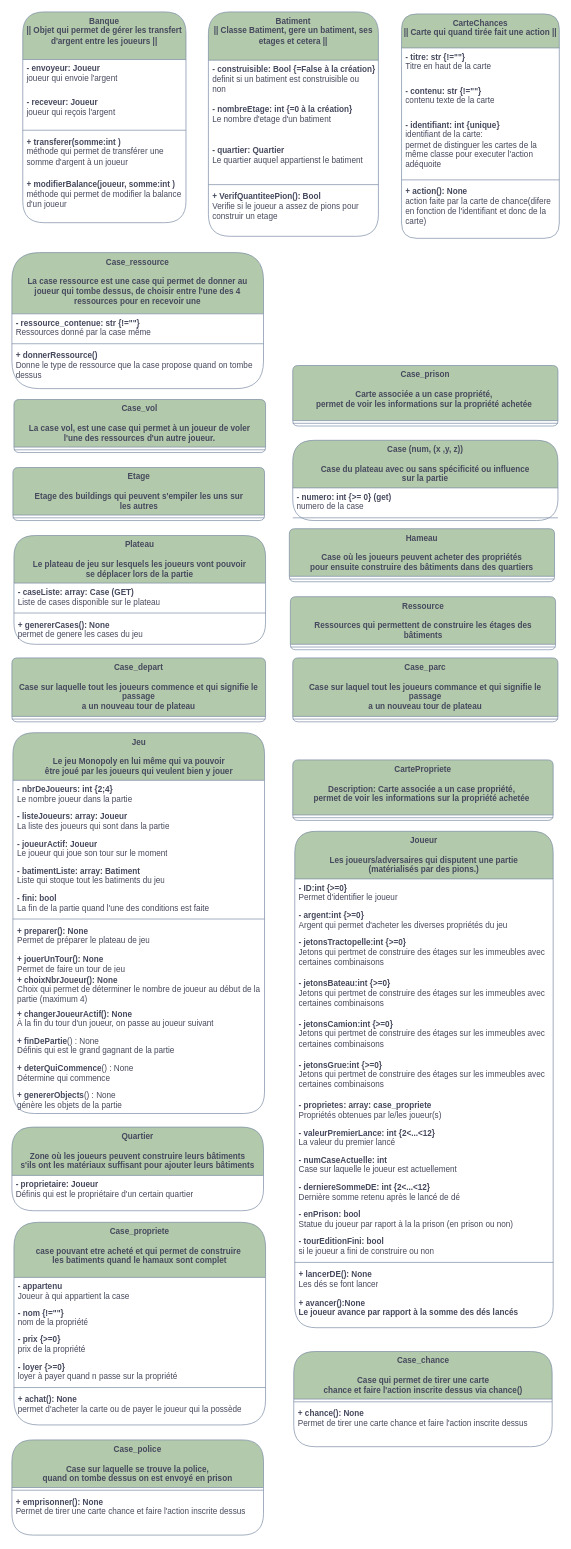
gazhonsepaskwa/builder keeps this draw.io diagram as page "Classes suposée finie" (4 of 5) of B__Analyse/DiagrameDesClasses.drawio. Above is the earlier version. Source tidied: cells renumbered, new cells numbered last; positions are measured from the earlier drawing's top-left corner, leaving out a move shared by most shapes. Both pictures are drawn from the tidied source at 68%, with x=0, y=0 at pixel (12, 12).
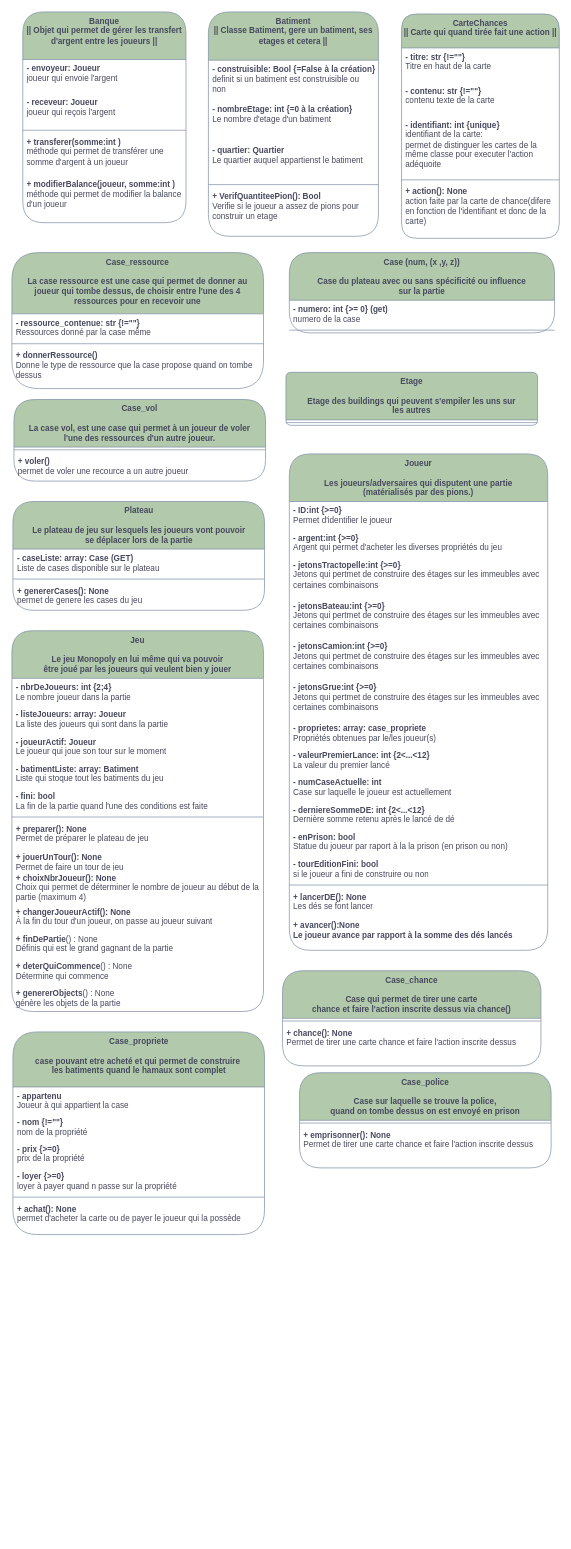
After the change.

The edit, as a diff of the source:
```diff
@@
     <mxCell id="24" value="&lt;div&gt;Case_vol&lt;/div&gt;&lt;br&gt;La case vol, est une case qui permet à un joueur de voler&lt;br&gt;l'une des ressources d'un autre joueur." style="swimlane;fontStyle=1;align=center;verticalAlign=top;horizontal=1;startSize=70;whiteSpace=wrap;html=1;labelBackgroundColor=none;fillColor=#B2C9AB;strokeColor=#788AA3;fontColor=#46495D;rounded=1;" parent="1" vertex="1">
-      <mxGeometry x="3" y="570" width="370" height="78" as="geometry" />
+      <mxGeometry x="3" y="570" width="370" height="120" as="geometry" />
     </mxCell>
@@
+    <mxCell id="92" value="&lt;div&gt;&lt;b&gt;+ voler()&lt;/b&gt;&lt;/div&gt;&lt;div&gt;permet de voler une recource a un autre joueur&lt;/div&gt;" style="text;strokeColor=none;fillColor=none;align=left;verticalAlign=top;spacingLeft=4;spacingRight=4;overflow=hidden;whiteSpace=wrap;html=1;labelBackgroundColor=none;fontColor=#46495D;rounded=1;" parent="24" vertex="1">
+      <mxGeometry y="78" width="370" height="42" as="geometry" />
+    </mxCell>
     <mxCell id="26" value="&lt;div&gt;Case (num, (x ,y, z))&lt;/div&gt;&lt;div&gt;&lt;br&gt;&lt;/div&gt;&lt;div&gt;Case du plateau avec ou sans spécificité ou influence&lt;/div&gt;sur la partie" style="swimlane;fontStyle=1;align=center;verticalAlign=top;horizontal=1;startSize=70;whiteSpace=wrap;html=1;labelBackgroundColor=none;fillColor=#B2C9AB;strokeColor=#788AA3;fontColor=#46495D;rounded=1;" parent="1" vertex="1">
-      <mxGeometry x="413" y="630" width="390" height="118" as="geometry" />
+      <mxGeometry x="408" y="354" width="390" height="118" as="geometry" />
     </mxCell>
@@
     <mxCell id="29" value="&lt;div&gt;Etage&lt;/div&gt;&lt;div&gt;&lt;br&gt;&lt;/div&gt;Etage des buildings qui peuvent s'empiler les uns sur&lt;br&gt;les autres" style="swimlane;fontStyle=1;align=center;verticalAlign=top;horizontal=1;startSize=70;whiteSpace=wrap;html=1;labelBackgroundColor=none;fillColor=#B2C9AB;strokeColor=#788AA3;fontColor=#46495D;rounded=1;" parent="1" vertex="1">
-      <mxGeometry x="1.5" y="670" width="370" height="78" as="geometry" />
+      <mxGeometry x="403" y="530" width="370" height="78" as="geometry" />
     </mxCell>
@@
-    <mxCell id="31" value="&lt;div&gt;Hameau&lt;br&gt;&lt;/div&gt;&lt;div&gt;&lt;br&gt;&lt;/div&gt;Case où les joueurs peuvent acheter des propriétés&lt;br&gt;pour ensuite construire des bâtiments dans des quartiers" style="swimlane;fontStyle=1;align=center;verticalAlign=top;horizontal=1;startSize=70;whiteSpace=wrap;html=1;labelBackgroundColor=none;fillColor=#B2C9AB;strokeColor=#788AA3;fontColor=#46495D;rounded=1;" parent="1" vertex="1">
-      <mxGeometry x="408" y="760" width="390" height="78" as="geometry" />
-    </mxCell>
-    <mxCell id="32" style="line;strokeWidth=1;fillColor=none;align=left;verticalAlign=middle;spacingTop=-1;spacingLeft=3;spacingRight=3;labelPosition=right;strokeColor=#788AA3;labelBackgroundColor=none;fontColor=#46495D;rounded=1;" parent="31" vertex="1">
-      <mxGeometry y="70" width="390" height="8" as="geometry" />
-    </mxCell>
     <mxCell id="33" value="&lt;div&gt;Jeu&lt;/div&gt;&lt;div&gt;&lt;br&gt;&lt;/div&gt;Le jeu Monopoly en lui même qui va pouvoir&lt;br&gt;être joué par les joueurs qui veulent bien y jouer" style="swimlane;fontStyle=1;align=center;verticalAlign=top;horizontal=1;startSize=70;whiteSpace=wrap;html=1;labelBackgroundColor=none;fillColor=#B2C9AB;strokeColor=#788AA3;fontColor=#46495D;rounded=1;" parent="1" vertex="1">
-      <mxGeometry x="1.5" y="1060" width="370" height="560" as="geometry" />
+      <mxGeometry y="910" width="370" height="560" as="geometry" />
     </mxCell>
@@
     <mxCell id="47" value="&lt;div&gt;Joueur&lt;/div&gt;&lt;div&gt;&lt;br&gt;&lt;/div&gt;Les joueurs/adversaires qui disputent une partie&lt;br&gt;(matérialisés par des pions.)" style="swimlane;fontStyle=1;align=center;verticalAlign=top;horizontal=1;startSize=70;whiteSpace=wrap;html=1;labelBackgroundColor=none;fillColor=#B2C9AB;strokeColor=#788AA3;fontColor=#46495D;rounded=1;" parent="1" vertex="1">
-      <mxGeometry x="416" y="1205" width="380" height="730" as="geometry" />
+      <mxGeometry x="408" y="650" width="380" height="730" as="geometry" />
     </mxCell>
@@
     <mxCell id="63" value="&lt;div&gt;Plateau&lt;/div&gt;&lt;div&gt;&lt;br&gt;&lt;/div&gt;&lt;div&gt;Le plateau de jeu sur lesquels les joueurs vont pouvoir&lt;/div&gt;se déplacer lors de la partie" style="swimlane;fontStyle=1;align=center;verticalAlign=top;horizontal=1;startSize=70;whiteSpace=wrap;html=1;labelBackgroundColor=none;fillColor=#B2C9AB;strokeColor=#788AA3;fontColor=#46495D;rounded=1;" parent="1" vertex="1">
-      <mxGeometry x="3" y="770" width="370" height="160" as="geometry" />
+      <mxGeometry x="1.5" y="720" width="370" height="160" as="geometry" />
     </mxCell>
@@
-    <mxCell id="67" value="&lt;div&gt;Quartier&lt;/div&gt;&lt;div&gt;&lt;br&gt;&lt;/div&gt;&lt;div&gt;Zone où les joueurs peuvent construire leurs bâtiments&lt;/div&gt;s'ils ont les matériaux suffisant pour ajouter leurs bâtiments" style="swimlane;fontStyle=1;align=center;verticalAlign=top;horizontal=1;startSize=71;whiteSpace=wrap;html=1;labelBackgroundColor=none;fillColor=#B2C9AB;strokeColor=#788AA3;fontColor=#46495D;rounded=1;" parent="1" vertex="1">
-      <mxGeometry y="1640" width="370" height="123" as="geometry" />
-    </mxCell>
-    <mxCell id="68" value="&lt;div&gt;&lt;b&gt;- proprietaire: Joueur&lt;br&gt;&lt;/b&gt;&lt;/div&gt;&lt;div&gt;Définis qui est le propriétaire d'un certain quartier&lt;br&gt;&lt;br&gt;&lt;/div&gt;" style="text;strokeColor=none;fillColor=none;align=left;verticalAlign=top;spacingLeft=4;spacingRight=4;overflow=hidden;whiteSpace=wrap;html=1;labelBackgroundColor=none;fontColor=#46495D;rounded=1;" parent="67" vertex="1">
-      <mxGeometry y="71" width="370" height="52" as="geometry" />
-    </mxCell>
-    <mxCell id="69" value="&lt;div&gt;Ressource&lt;/div&gt;&lt;div&gt;&lt;br&gt;&lt;/div&gt;Ressources qui permettent de construire les étages des&lt;br&gt;bâtiments" style="swimlane;fontStyle=1;align=center;verticalAlign=top;horizontal=1;startSize=70;whiteSpace=wrap;html=1;labelBackgroundColor=none;fillColor=#B2C9AB;strokeColor=#788AA3;fontColor=#46495D;rounded=1;" parent="1" vertex="1">
-      <mxGeometry x="409.5" y="860" width="390" height="78" as="geometry" />
-    </mxCell>
-    <mxCell id="70" style="line;strokeWidth=1;fillColor=none;align=left;verticalAlign=middle;spacingTop=-1;spacingLeft=3;spacingRight=3;labelPosition=right;strokeColor=#788AA3;labelBackgroundColor=none;fontColor=#46495D;rounded=1;" parent="69" vertex="1">
-      <mxGeometry y="70" width="390" height="8" as="geometry" />
-    </mxCell>
     <mxCell id="71" value="Case_propriete&lt;br&gt;&lt;br&gt;&lt;div&gt;&lt;div&gt;case pouvant etre acheté et qui permet de construire&amp;nbsp;&lt;/div&gt;&lt;div&gt;les batiments quand le hamaux sont complet&lt;/div&gt;&lt;/div&gt;&lt;div&gt;&lt;br&gt;&lt;/div&gt;" style="swimlane;fontStyle=1;align=center;verticalAlign=top;horizontal=1;startSize=81;whiteSpace=wrap;html=1;labelBackgroundColor=none;fillColor=#B2C9AB;strokeColor=#788AA3;fontColor=#46495D;rounded=1;" parent="1" vertex="1">
-      <mxGeometry x="3" y="1780" width="370" height="298" as="geometry" />
+      <mxGeometry x="1.5" y="1500" width="370" height="298" as="geometry" />
     </mxCell>
@@
-    <mxCell id="78" value="Case_prison&lt;br&gt;&lt;br&gt;&lt;div&gt;&lt;div&gt;Carte associée a un case propriété,&amp;nbsp;&lt;/div&gt;&lt;div&gt;permet de voir les informations sur la propriété achetée&amp;nbsp;&lt;/div&gt;&lt;/div&gt;&lt;div&gt;&lt;br&gt;&lt;/div&gt;" style="swimlane;fontStyle=1;align=center;verticalAlign=top;horizontal=1;startSize=81;whiteSpace=wrap;html=1;labelBackgroundColor=none;fillColor=#B2C9AB;strokeColor=#788AA3;fontColor=#46495D;rounded=1;" parent="1" vertex="1">
-      <mxGeometry x="413" y="520" width="390" height="89" as="geometry" />
-    </mxCell>
-    <mxCell id="79" style="line;strokeWidth=1;fillColor=none;align=left;verticalAlign=middle;spacingTop=-1;spacingLeft=3;spacingRight=3;labelPosition=right;strokeColor=#788AA3;labelBackgroundColor=none;fontColor=#46495D;rounded=1;" parent="78" vertex="1">
-      <mxGeometry y="81" width="390" height="8" as="geometry" />
-    </mxCell>
-    <mxCell id="80" value="&lt;div&gt;Case_depart&lt;/div&gt;&lt;br&gt;Case sur laquelle tout les joueurs commence et qui signifie le passage &lt;br&gt;a un nouveau tour de plateau" style="swimlane;fontStyle=1;align=center;verticalAlign=top;horizontal=1;startSize=86;whiteSpace=wrap;html=1;labelBackgroundColor=none;fillColor=#B2C9AB;strokeColor=#788AA3;fontColor=#46495D;rounded=1;" parent="1" vertex="1">
-      <mxGeometry y="950" width="373" height="94" as="geometry" />
-    </mxCell>
-    <mxCell id="81" style="line;strokeWidth=1;fillColor=none;align=left;verticalAlign=middle;spacingTop=-1;spacingLeft=3;spacingRight=3;labelPosition=right;strokeColor=#788AA3;labelBackgroundColor=none;fontColor=#46495D;rounded=1;" parent="80" vertex="1">
-      <mxGeometry y="86" width="373" height="8" as="geometry" />
-    </mxCell>
-    <mxCell id="82" value="&lt;div&gt;Case_parc&lt;/div&gt;&lt;br&gt;Case sur laquel tout les joueurs commance et qui signifie le passage &lt;br&gt;a un nouveau tour de plateau" style="swimlane;fontStyle=1;align=center;verticalAlign=top;horizontal=1;startSize=86;whiteSpace=wrap;html=1;labelBackgroundColor=none;fillColor=#B2C9AB;strokeColor=#788AA3;fontColor=#46495D;rounded=1;" parent="1" vertex="1">
-      <mxGeometry x="413" y="950" width="390" height="94" as="geometry" />
-    </mxCell>
-    <mxCell id="83" style="line;strokeWidth=1;fillColor=none;align=left;verticalAlign=middle;spacingTop=-1;spacingLeft=3;spacingRight=3;labelPosition=right;strokeColor=#788AA3;labelBackgroundColor=none;fontColor=#46495D;rounded=1;" parent="82" vertex="1">
-      <mxGeometry y="86" width="390" height="8" as="geometry" />
-    </mxCell>
     <mxCell id="84" value="&lt;div&gt;Case_chance&lt;/div&gt;&lt;div&gt;&lt;br&gt;&lt;/div&gt;&lt;div&gt;Case qui permet de tirer une carte&lt;br&gt;chance et faire l'action inscrite dessus via chance()&lt;br&gt;&lt;/div&gt;&lt;div&gt;&lt;br&gt;&lt;/div&gt;" style="swimlane;fontStyle=1;align=center;verticalAlign=top;horizontal=1;startSize=70;whiteSpace=wrap;html=1;labelBackgroundColor=none;fillColor=#B2C9AB;strokeColor=#788AA3;fontColor=#46495D;rounded=1;" parent="1" vertex="1">
-      <mxGeometry x="414.5" y="1970" width="380" height="140" as="geometry" />
+      <mxGeometry x="398" y="1410" width="380" height="140" as="geometry" />
     </mxCell>
@@
     <mxCell id="87" value="&lt;div&gt;Case_police&lt;/div&gt;&lt;div&gt;&lt;br&gt;&lt;/div&gt;&lt;div&gt;Case sur laquelle se trouve la police,&lt;br&gt;quand on tombe dessus on est envoyé en prison&lt;br&gt;&lt;/div&gt;&lt;div&gt;&lt;br&gt;&lt;/div&gt;" style="swimlane;fontStyle=1;align=center;verticalAlign=top;horizontal=1;startSize=70;whiteSpace=wrap;html=1;labelBackgroundColor=none;fillColor=#B2C9AB;strokeColor=#788AA3;fontColor=#46495D;rounded=1;" parent="1" vertex="1">
-      <mxGeometry y="2100" width="370" height="140" as="geometry" />
+      <mxGeometry x="423" y="1560" width="370" height="140" as="geometry" />
     </mxCell>
@@
-    <mxCell id="90" value="CartePropriete&lt;br&gt;&lt;br&gt;&lt;div&gt;&lt;div&gt;Description: Carte associée a un case propriété,&amp;nbsp;&lt;/div&gt;&lt;div&gt;permet de voir les informations sur la propriété achetée&amp;nbsp;&lt;/div&gt;&lt;/div&gt;&lt;div&gt;&lt;br&gt;&lt;/div&gt;" style="swimlane;fontStyle=1;align=center;verticalAlign=top;horizontal=1;startSize=81;whiteSpace=wrap;html=1;labelBackgroundColor=none;fillColor=#B2C9AB;strokeColor=#788AA3;fontColor=#46495D;rounded=1;" parent="1" vertex="1">
-      <mxGeometry x="413" y="1100" width="383" height="89" as="geometry" />
-    </mxCell>
-    <mxCell id="91" style="line;strokeWidth=1;fillColor=none;align=left;verticalAlign=middle;spacingTop=-1;spacingLeft=3;spacingRight=3;labelPosition=right;strokeColor=#788AA3;labelBackgroundColor=none;fontColor=#46495D;rounded=1;" parent="90" vertex="1">
-      <mxGeometry y="81" width="383" height="8" as="geometry" />
-    </mxCell>
```
